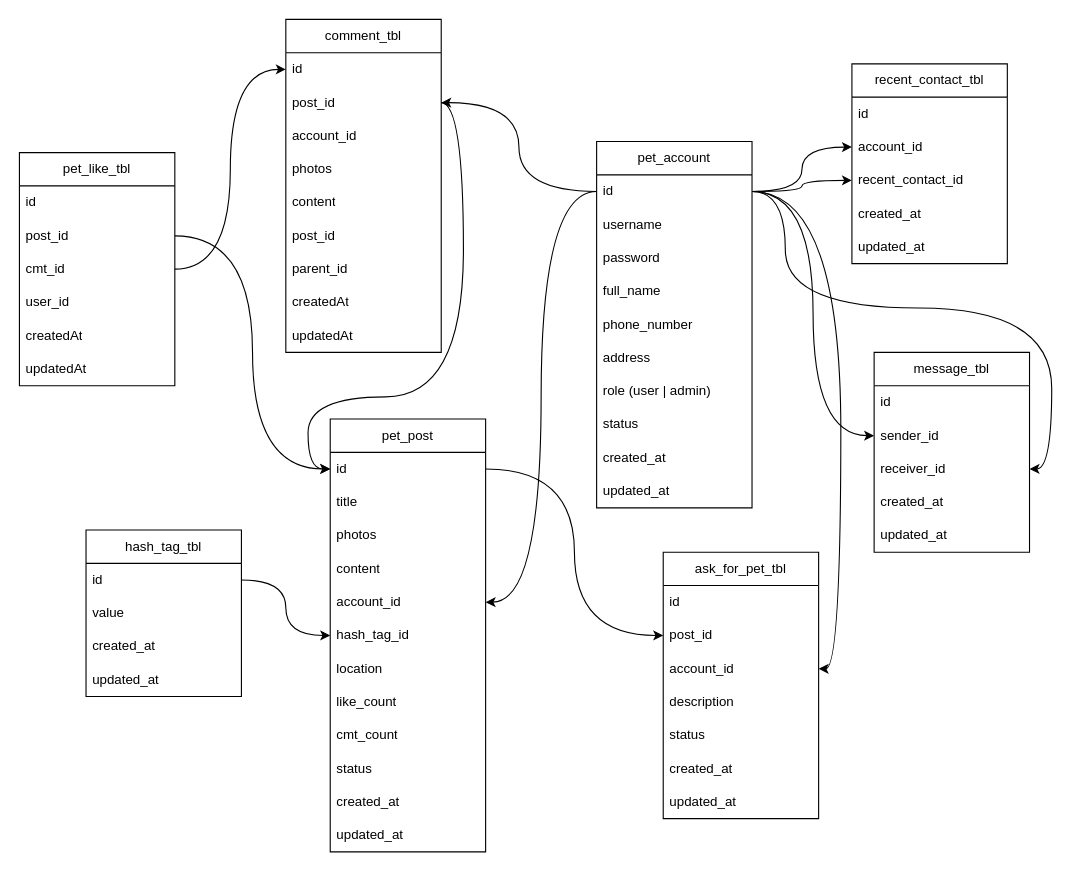
Above: page "Page-2" (2 of 2) of Untitled Diagram.drawio in JonathanBestCode/newapp (draw.io), before the change. Source tidied: cells renumbered, new cells numbered last; positions are measured from the earlier drawing's top-left corner, leaving out a move shared by most shapes. Both pictures are drawn from the tidied source at 111%, with x=0, y=0 at pixel (19, 19).
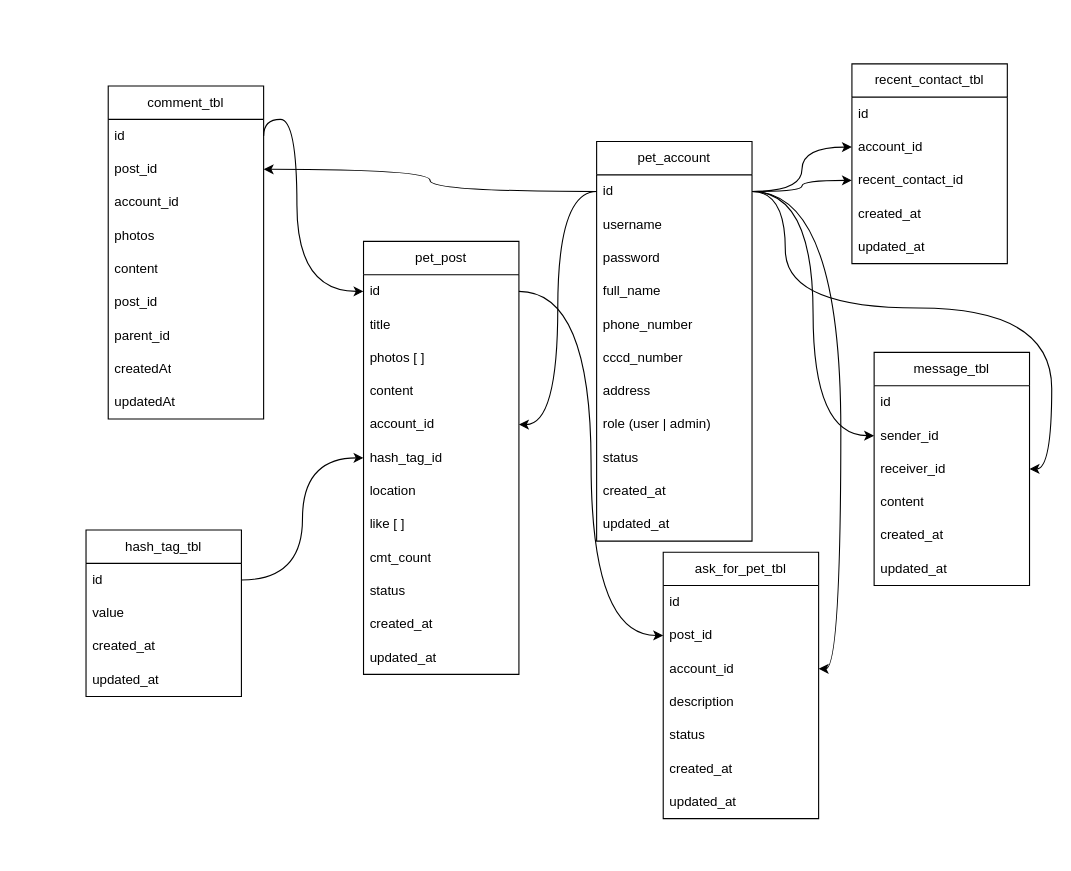
After the change.

Unchanged cells that the change refers to:
```xml
<mxCell id="14" value="id" style="text;strokeColor=none;fillColor=none;align=left;verticalAlign=middle;spacingLeft=4;spacingRight=4;overflow=hidden;points=[[0,0.5],[1,0.5]];portConstraint=eastwest;whiteSpace=wrap;html=1;" parent="13" vertex="1">
  <mxGeometry y="30" width="140" height="30" as="geometry" />
</mxCell>
<mxCell id="27" value="id" style="text;strokeColor=none;fillColor=none;align=left;verticalAlign=middle;spacingLeft=4;spacingRight=4;overflow=hidden;points=[[0,0.5],[1,0.5]];portConstraint=eastwest;whiteSpace=wrap;html=1;" parent="26" vertex="1">
  <mxGeometry y="30" width="140" height="30" as="geometry" />
</mxCell>
<mxCell id="28" value="post_id" style="text;strokeColor=none;fillColor=none;align=left;verticalAlign=middle;spacingLeft=4;spacingRight=4;overflow=hidden;points=[[0,0.5],[1,0.5]];portConstraint=eastwest;whiteSpace=wrap;html=1;" parent="26" vertex="1">
  <mxGeometry y="60" width="140" height="30" as="geometry" />
</mxCell>
```

Change to the diagram source:
```diff
@@
     <mxCell id="2" value="pet_account" style="swimlane;fontStyle=0;horizontal=1;startSize=30;whiteSpace=wrap;html=1;" parent="1" vertex="1">
-      <mxGeometry x="520" y="110" width="140" height="330" as="geometry" />
+      <mxGeometry x="520" y="110" width="140" height="360" as="geometry" />
     </mxCell>
@@
+    <mxCell id="80" value="phone_number" style="text;strokeColor=none;fillColor=none;align=left;verticalAlign=middle;spacingLeft=4;spacingRight=4;overflow=hidden;whiteSpace=wrap;html=1;" parent="2" vertex="1">
+      <mxGeometry y="150" width="140" height="30" as="geometry" />
+    </mxCell>
-    <mxCell id="7" value="phone_number" style="text;strokeColor=none;fillColor=none;align=left;verticalAlign=middle;spacingLeft=4;spacingRight=4;overflow=hidden;whiteSpace=wrap;html=1;" parent="2" vertex="1">
-      <mxGeometry y="150" width="140" height="30" as="geometry" />
+    <mxCell id="7" value="cccd_number" style="text;strokeColor=none;fillColor=none;align=left;verticalAlign=middle;spacingLeft=4;spacingRight=4;overflow=hidden;whiteSpace=wrap;html=1;" parent="2" vertex="1">
+      <mxGeometry y="180" width="140" height="30" as="geometry" />
     </mxCell>
     <mxCell id="8" value="address" style="text;strokeColor=none;fillColor=none;align=left;verticalAlign=middle;spacingLeft=4;spacingRight=4;overflow=hidden;whiteSpace=wrap;html=1;" parent="2" vertex="1">
-      <mxGeometry y="180" width="140" height="30" as="geometry" />
+      <mxGeometry y="210" width="140" height="30" as="geometry" />
     </mxCell>
     <mxCell id="9" value="role (user | admin) " style="text;strokeColor=none;fillColor=none;align=left;verticalAlign=middle;spacingLeft=4;spacingRight=4;overflow=hidden;whiteSpace=wrap;html=1;" parent="2" vertex="1">
-      <mxGeometry y="210" width="140" height="30" as="geometry" />
+      <mxGeometry y="240" width="140" height="30" as="geometry" />
     </mxCell>
     <mxCell id="10" value="status" style="text;strokeColor=none;fillColor=none;align=left;verticalAlign=middle;spacingLeft=4;spacingRight=4;overflow=hidden;whiteSpace=wrap;html=1;" parent="2" vertex="1">
-      <mxGeometry y="240" width="140" height="30" as="geometry" />
+      <mxGeometry y="270" width="140" height="30" as="geometry" />
     </mxCell>
     <mxCell id="11" value="&lt;div&gt;created_at&lt;/div&gt;" style="text;strokeColor=none;fillColor=none;align=left;verticalAlign=middle;spacingLeft=4;spacingRight=4;overflow=hidden;whiteSpace=wrap;html=1;" parent="2" vertex="1">
-      <mxGeometry y="270" width="140" height="30" as="geometry" />
+      <mxGeometry y="300" width="140" height="30" as="geometry" />
     </mxCell>
     <mxCell id="12" value="updated_at" style="text;strokeColor=none;fillColor=none;align=left;verticalAlign=middle;spacingLeft=4;spacingRight=4;overflow=hidden;whiteSpace=wrap;html=1;" parent="2" vertex="1">
-      <mxGeometry y="300" width="140" height="30" as="geometry" />
+      <mxGeometry y="330" width="140" height="30" as="geometry" />
     </mxCell>
     <mxCell id="13" value="pet_post" style="swimlane;fontStyle=0;horizontal=1;startSize=30;whiteSpace=wrap;html=1;" parent="1" vertex="1">
-      <mxGeometry x="280" y="360" width="140" height="390" as="geometry" />
+      <mxGeometry x="310" y="200" width="140" height="390" as="geometry" />
     </mxCell>
@@
-    <mxCell id="16" value="photos" style="text;strokeColor=none;fillColor=none;align=left;verticalAlign=middle;spacingLeft=4;spacingRight=4;overflow=hidden;whiteSpace=wrap;html=1;" parent="13" vertex="1">
+    <mxCell id="16" value="photos [ ]" style="text;strokeColor=none;fillColor=none;align=left;verticalAlign=middle;spacingLeft=4;spacingRight=4;overflow=hidden;whiteSpace=wrap;html=1;" parent="13" vertex="1">
       <mxGeometry y="90" width="140" height="30" as="geometry" />
     </mxCell>
@@
-    <mxCell id="21" value="like_count" style="text;strokeColor=none;fillColor=none;align=left;verticalAlign=middle;spacingLeft=4;spacingRight=4;overflow=hidden;whiteSpace=wrap;html=1;" parent="13" vertex="1">
+    <mxCell id="21" value="like [ ]" style="text;strokeColor=none;fillColor=none;align=left;verticalAlign=middle;spacingLeft=4;spacingRight=4;overflow=hidden;whiteSpace=wrap;html=1;" parent="13" vertex="1">
       <mxGeometry y="240" width="140" height="30" as="geometry" />
     </mxCell>
@@
     <mxCell id="26" value="comment_tbl" style="swimlane;fontStyle=0;horizontal=1;startSize=30;whiteSpace=wrap;html=1;" parent="1" vertex="1">
-      <mxGeometry x="240" width="140" height="300" as="geometry" />
+      <mxGeometry x="80" y="60" width="140" height="300" as="geometry" />
     </mxCell>
@@
-    <mxCell id="36" value="pet_like_tbl" style="swimlane;fontStyle=0;horizontal=1;startSize=30;whiteSpace=wrap;html=1;" parent="1" vertex="1">
-      <mxGeometry y="120" width="140" height="210" as="geometry" />
-    </mxCell>
-    <mxCell id="37" value="id" style="text;strokeColor=none;fillColor=none;align=left;verticalAlign=middle;spacingLeft=4;spacingRight=4;overflow=hidden;whiteSpace=wrap;html=1;" parent="36" vertex="1">
-      <mxGeometry y="30" width="140" height="30" as="geometry" />
-    </mxCell>
-    <mxCell id="38" value="post_id" style="text;strokeColor=none;fillColor=none;align=left;verticalAlign=middle;spacingLeft=4;spacingRight=4;overflow=hidden;points=[[0,0.5],[1,0.5]];portConstraint=eastwest;whiteSpace=wrap;html=1;" parent="36" vertex="1">
-      <mxGeometry y="60" width="140" height="30" as="geometry" />
-    </mxCell>
-    <mxCell id="39" value="cmt_id" style="text;strokeColor=none;fillColor=none;align=left;verticalAlign=middle;spacingLeft=4;spacingRight=4;overflow=hidden;points=[[0,0.5],[1,0.5]];portConstraint=eastwest;whiteSpace=wrap;html=1;" parent="36" vertex="1">
-      <mxGeometry y="90" width="140" height="30" as="geometry" />
-    </mxCell>
-    <mxCell id="40" value="user_id" style="text;strokeColor=none;fillColor=none;align=left;verticalAlign=middle;spacingLeft=4;spacingRight=4;overflow=hidden;whiteSpace=wrap;html=1;" parent="36" vertex="1">
-      <mxGeometry y="120" width="140" height="30" as="geometry" />
-    </mxCell>
-    <mxCell id="41" value="&lt;div&gt;createdAt&lt;/div&gt;" style="text;strokeColor=none;fillColor=none;align=left;verticalAlign=middle;spacingLeft=4;spacingRight=4;overflow=hidden;whiteSpace=wrap;html=1;" parent="36" vertex="1">
-      <mxGeometry y="150" width="140" height="30" as="geometry" />
-    </mxCell>
-    <mxCell id="42" value="updatedAt" style="text;strokeColor=none;fillColor=none;align=left;verticalAlign=middle;spacingLeft=4;spacingRight=4;overflow=hidden;whiteSpace=wrap;html=1;" parent="36" vertex="1">
-      <mxGeometry y="180" width="140" height="30" as="geometry" />
-    </mxCell>
@@
     <mxCell id="51" value="&lt;div&gt;message_tbl&lt;/div&gt;" style="swimlane;fontStyle=0;horizontal=1;startSize=30;whiteSpace=wrap;html=1;" parent="1" vertex="1">
-      <mxGeometry x="770" y="300" width="140" height="180" as="geometry" />
+      <mxGeometry x="770" y="300" width="140" height="210" as="geometry" />
     </mxCell>
@@
+    <mxCell id="81" value="content" style="text;strokeColor=none;fillColor=none;align=left;verticalAlign=middle;spacingLeft=4;spacingRight=4;overflow=hidden;whiteSpace=wrap;html=1;" parent="51" vertex="1">
+      <mxGeometry y="120" width="140" height="30" as="geometry" />
+    </mxCell>
     <mxCell id="55" value="&lt;div&gt;created_at&lt;/div&gt;" style="text;strokeColor=none;fillColor=none;align=left;verticalAlign=middle;spacingLeft=4;spacingRight=4;overflow=hidden;whiteSpace=wrap;html=1;" parent="51" vertex="1">
-      <mxGeometry y="120" width="140" height="30" as="geometry" />
+      <mxGeometry y="150" width="140" height="30" as="geometry" />
     </mxCell>
     <mxCell id="56" value="updated_at" style="text;strokeColor=none;fillColor=none;align=left;verticalAlign=middle;spacingLeft=4;spacingRight=4;overflow=hidden;whiteSpace=wrap;html=1;" parent="51" vertex="1">
-      <mxGeometry y="150" width="140" height="30" as="geometry" />
+      <mxGeometry y="180" width="140" height="30" as="geometry" />
     </mxCell>
@@
-    <mxCell id="63" style="edgeStyle=orthogonalEdgeStyle;rounded=0;jettySize=auto;html=1;curved=1;" parent="1" edge="1" source="38" target="14">
-      <mxGeometry relative="1" as="geometry" />
-    </mxCell>
-    <mxCell id="64" style="edgeStyle=orthogonalEdgeStyle;rounded=0;jettySize=auto;html=1;curved=1;" parent="1" edge="1" source="39" target="27">
-      <mxGeometry relative="1" as="geometry" />
-    </mxCell>
-    <mxCell id="65" style="edgeStyle=orthogonalEdgeStyle;rounded=0;jettySize=auto;html=1;curved=1;" parent="1" edge="1" source="28" target="14">
+    <mxCell id="65" style="edgeStyle=orthogonalEdgeStyle;rounded=0;jettySize=auto;html=1;curved=1;exitX=1;exitY=0.5;exitDx=0;exitDy=0;" parent="1" edge="1" source="27" target="14">
       <mxGeometry relative="1" as="geometry">
         <Array as="points">
-          <mxPoint x="400" y="75" />
-          <mxPoint x="400" y="340" />
-          <mxPoint x="260" y="340" />
-          <mxPoint x="260" y="405" />
+          <mxPoint x="220" y="90" />
+          <mxPoint x="250" y="90" />
+          <mxPoint x="250" y="245" />
         </Array>
       </mxGeometry>
     </mxCell>
```
